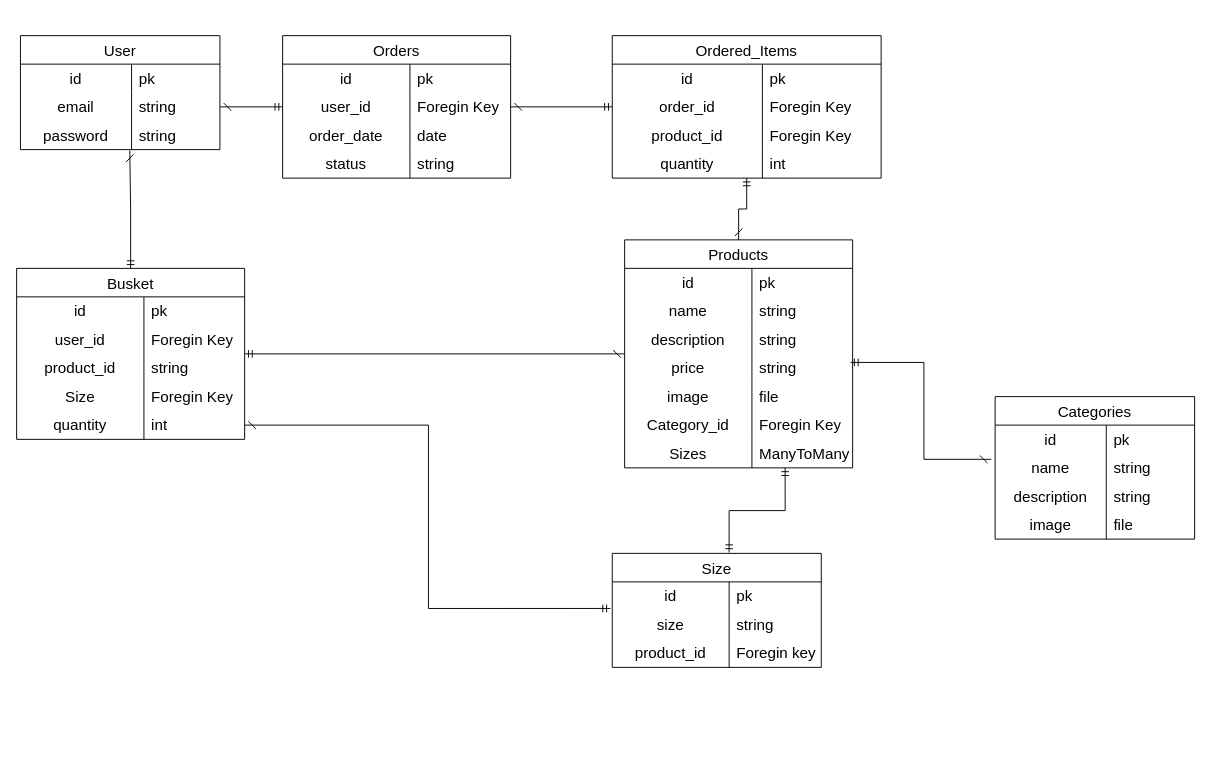
This is diagrams/DB.drawio from stonik02/Site_Greman, a draw.io file, before an edit. Source tidied: cells renumbered, new cells numbered last; positions are measured from the earlier drawing's top-left corner, leaving out a move shared by most shapes. Both pictures are drawn from the tidied source at 95%, with x=0, y=0 at pixel (16, 35).
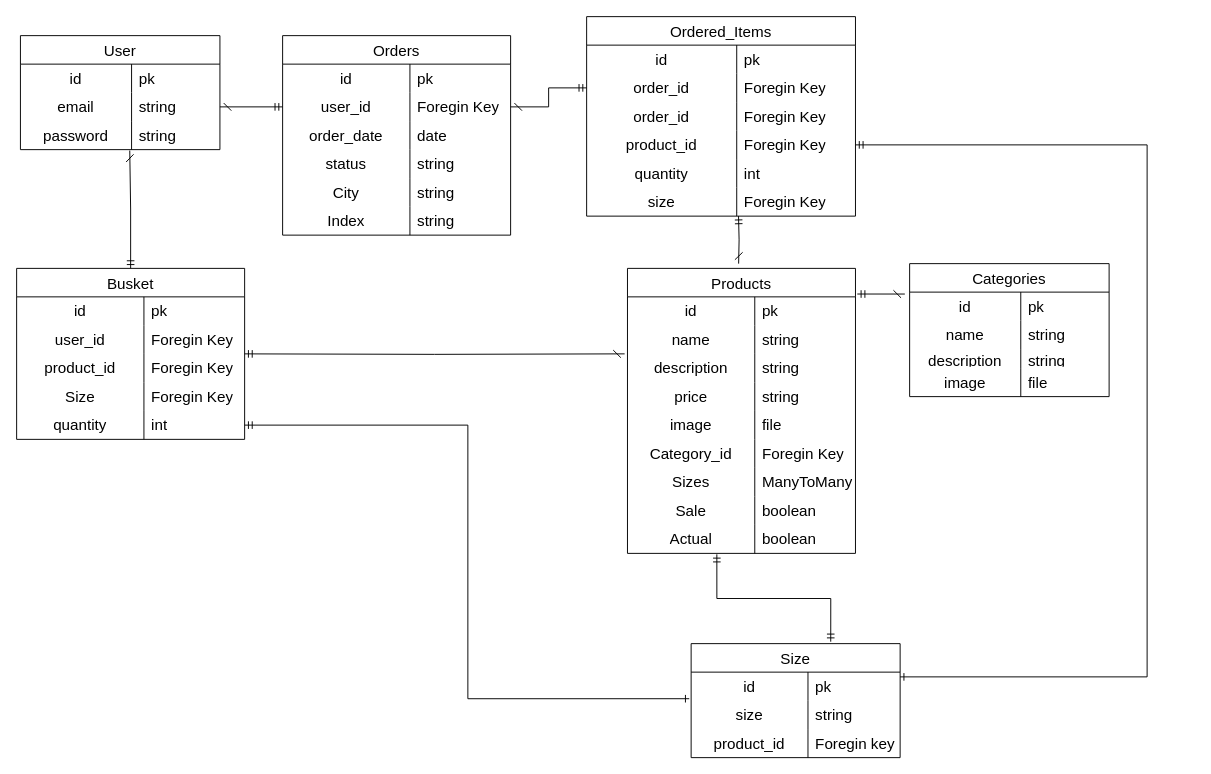
The same diagram, later.

Unchanged cells that the change refers to:
```xml
<mxCell id="15" style="shape=tableRow;horizontal=0;startSize=0;swimlaneHead=0;swimlaneBody=0;top=0;left=0;bottom=0;right=0;fillColor=none;points=[[0,0.5],[1,0.5]];portConstraint=eastwest;strokeColor=inherit;fontSize=16;" parent="14" vertex="1">
  <mxGeometry y="30" width="240" height="30" as="geometry" />
</mxCell>
<mxCell id="24" style="shape=tableRow;horizontal=0;startSize=0;swimlaneHead=0;swimlaneBody=0;top=0;left=0;bottom=0;right=0;fillColor=none;points=[[0,0.5],[1,0.5]];portConstraint=eastwest;strokeColor=inherit;fontSize=16;" parent="14" vertex="1">
  <mxGeometry y="120" width="240" height="30" as="geometry" />
</mxCell>
<mxCell id="33" style="shape=tableRow;horizontal=0;startSize=0;swimlaneHead=0;swimlaneBody=0;top=0;left=0;bottom=0;right=0;fillColor=none;points=[[0,0.5],[1,0.5]];portConstraint=eastwest;strokeColor=inherit;fontSize=16;" parent="14" vertex="1">
  <mxGeometry y="210" width="240" height="30" as="geometry" />
</mxCell>
<mxCell id="37" style="shape=tableRow;horizontal=0;startSize=0;swimlaneHead=0;swimlaneBody=0;top=0;left=0;bottom=0;right=0;fillColor=none;points=[[0,0.5],[1,0.5]];portConstraint=eastwest;strokeColor=inherit;fontSize=16;" parent="36" vertex="1">
  <mxGeometry y="30" width="220" height="30" as="geometry" />
</mxCell>
<mxCell id="40" style="shape=tableRow;horizontal=0;startSize=0;swimlaneHead=0;swimlaneBody=0;top=0;left=0;bottom=0;right=0;fillColor=none;points=[[0,0.5],[1,0.5]];portConstraint=eastwest;strokeColor=inherit;fontSize=16;" parent="36" vertex="1">
  <mxGeometry y="60" width="220" height="30" as="geometry" />
</mxCell>
<mxCell id="47" style="shape=tableRow;horizontal=0;startSize=0;swimlaneHead=0;swimlaneBody=0;top=0;left=0;bottom=0;right=0;fillColor=none;points=[[0,0.5],[1,0.5]];portConstraint=eastwest;strokeColor=inherit;fontSize=16;" parent="46" vertex="1">
  <mxGeometry y="30" width="210" height="30" as="geometry" />
</mxCell>
<mxCell id="50" style="shape=tableRow;horizontal=0;startSize=0;swimlaneHead=0;swimlaneBody=0;top=0;left=0;bottom=0;right=0;fillColor=none;points=[[0,0.5],[1,0.5]];portConstraint=eastwest;strokeColor=inherit;fontSize=16;" parent="46" vertex="1">
  <mxGeometry y="60" width="210" height="30" as="geometry" />
</mxCell>
<mxCell id="60" value="Busket" style="shape=table;startSize=30;childLayout=tableLayout;rowLines=0;fontStyle=0;strokeColor=default;fontSize=16;" parent="1" vertex="1">
  <mxGeometry y="245" width="240" height="180" as="geometry" />
</mxCell>
<mxCell id="67" style="shape=tableRow;horizontal=0;startSize=0;swimlaneHead=0;swimlaneBody=0;top=0;left=0;bottom=0;right=0;fillColor=none;strokeColor=inherit;fontSize=16;" parent="60" vertex="1">
  <mxGeometry y="90" width="240" height="30" as="geometry" />
</mxCell>
<mxCell id="73" style="shape=tableRow;horizontal=0;startSize=0;swimlaneHead=0;swimlaneBody=0;top=0;left=0;bottom=0;right=0;fillColor=none;points=[[0,0.5],[1,0.5]];portConstraint=eastwest;strokeColor=inherit;fontSize=16;" parent="60" vertex="1">
  <mxGeometry y="150" width="240" height="30" as="geometry" />
</mxCell>
```

The edit, as a diff of the source:
```diff
@@
-    <mxCell id="12" style="edgeStyle=orthogonalEdgeStyle;rounded=0;jettySize=auto;html=1;exitX=0.5;exitY=0;exitDx=0;exitDy=0;entryX=0.5;entryY=1;entryDx=0;entryDy=0;endArrow=ERmandOne;endFill=0;startArrow=dash;startFill=0;" parent="1" edge="1" source="14" target="76">
-      <mxGeometry relative="1" as="geometry" />
+    <mxCell id="12" style="edgeStyle=orthogonalEdgeStyle;rounded=0;jettySize=auto;html=1;entryX=0.565;entryY=1;entryDx=0;entryDy=0;endArrow=ERmandOne;endFill=0;startArrow=dash;startFill=0;entryPerimeter=0;" parent="1" edge="1" target="117">
+      <mxGeometry relative="1" as="geometry">
+        <mxPoint x="760" y="240" as="sourcePoint" />
+      </mxGeometry>
     </mxCell>
-    <mxCell id="13" style="edgeStyle=orthogonalEdgeStyle;rounded=0;jettySize=auto;html=1;exitX=0;exitY=0.5;exitDx=0;exitDy=0;entryX=1;entryY=0.5;entryDx=0;entryDy=0;endArrow=ERmandOne;endFill=0;startArrow=dash;startFill=0;" parent="1" edge="1" source="14" target="60">
-      <mxGeometry relative="1" as="geometry" />
+    <mxCell id="13" style="edgeStyle=orthogonalEdgeStyle;rounded=0;jettySize=auto;html=1;entryX=1;entryY=0.5;entryDx=0;entryDy=0;endArrow=ERmandOne;endFill=0;startArrow=dash;startFill=0;" parent="1" edge="1" target="60">
+      <mxGeometry relative="1" as="geometry">
+        <mxPoint x="640" y="335" as="sourcePoint" />
+      </mxGeometry>
     </mxCell>
     <mxCell id="14" value="Products" style="shape=table;startSize=30;childLayout=tableLayout;rowLines=0;fontStyle=0;strokeColor=default;fontSize=16;" parent="1" vertex="1">
-      <mxGeometry x="640" y="215" width="240" height="240" as="geometry" />
+      <mxGeometry x="643" y="245" width="240" height="300" as="geometry" />
     </mxCell>
@@
+    <mxCell id="108" style="shape=tableRow;horizontal=0;startSize=0;swimlaneHead=0;swimlaneBody=0;top=0;left=0;bottom=0;right=0;fillColor=none;strokeColor=inherit;fontSize=16;" parent="14" vertex="1">
+      <mxGeometry y="240" width="240" height="30" as="geometry" />
+    </mxCell>
+    <mxCell id="109" value="Sale" style="shape=partialRectangle;html=1;whiteSpace=wrap;fillColor=none;top=0;left=0;bottom=0;right=0;overflow=hidden;strokeColor=inherit;fontSize=16;" parent="108" vertex="1">
+      <mxGeometry width="134" height="30" as="geometry" />
+    </mxCell>
+    <mxCell id="110" value="boolean" style="shape=partialRectangle;html=1;whiteSpace=wrap;fillColor=none;top=0;left=0;bottom=0;right=0;align=left;spacingLeft=6;overflow=hidden;strokeColor=inherit;fontSize=16;" parent="108" vertex="1">
+      <mxGeometry x="134" width="106" height="30" as="geometry" />
+    </mxCell>
+    <mxCell id="111" style="shape=tableRow;horizontal=0;startSize=0;swimlaneHead=0;swimlaneBody=0;top=0;left=0;bottom=0;right=0;fillColor=none;points=[[0,0.5],[1,0.5]];portConstraint=eastwest;strokeColor=inherit;fontSize=16;" parent="14" vertex="1">
+      <mxGeometry y="270" width="240" height="30" as="geometry" />
+    </mxCell>
+    <mxCell id="112" value="Actual" style="shape=partialRectangle;html=1;whiteSpace=wrap;fillColor=none;top=0;left=0;bottom=0;right=0;overflow=hidden;strokeColor=inherit;fontSize=16;" parent="111" vertex="1">
+      <mxGeometry width="134" height="30" as="geometry" />
+    </mxCell>
+    <mxCell id="113" value="boolean" style="shape=partialRectangle;html=1;whiteSpace=wrap;fillColor=none;top=0;left=0;bottom=0;right=0;align=left;spacingLeft=6;overflow=hidden;strokeColor=inherit;fontSize=16;" parent="111" vertex="1">
+      <mxGeometry x="134" width="106" height="30" as="geometry" />
+    </mxCell>
     <mxCell id="36" value="Size" style="shape=table;startSize=30;childLayout=tableLayout;rowLines=0;fontStyle=0;strokeColor=default;fontSize=16;" parent="1" vertex="1">
-      <mxGeometry x="627" y="545" width="220" height="120" as="geometry" />
+      <mxGeometry x="710" y="640" width="220" height="120" as="geometry" />
     </mxCell>
@@
     <mxCell id="46" value="Categories" style="shape=table;startSize=30;childLayout=tableLayout;rowLines=0;fontStyle=0;strokeColor=default;fontSize=16;" parent="1" vertex="1">
-      <mxGeometry x="1030" y="380" width="210" height="150" as="geometry" />
+      <mxGeometry x="940" y="240" width="210" height="140" as="geometry" />
     </mxCell>
@@
     <mxCell id="53" style="shape=tableRow;horizontal=0;startSize=0;swimlaneHead=0;swimlaneBody=0;top=0;left=0;bottom=0;right=0;fillColor=none;strokeColor=inherit;fontSize=16;" parent="46" vertex="1">
-      <mxGeometry y="90" width="210" height="30" as="geometry" />
+      <mxGeometry y="90" width="210" height="20" as="geometry" />
     </mxCell>
     <mxCell id="54" value="description" style="shape=partialRectangle;html=1;whiteSpace=wrap;fillColor=none;top=0;left=0;bottom=0;right=0;overflow=hidden;strokeColor=inherit;fontSize=16;" parent="53" vertex="1">
-      <mxGeometry width="117" height="30" as="geometry" />
+      <mxGeometry width="117" height="20" as="geometry" />
     </mxCell>
     <mxCell id="55" value="string" style="shape=partialRectangle;html=1;whiteSpace=wrap;fillColor=none;top=0;left=0;bottom=0;right=0;align=left;spacingLeft=6;overflow=hidden;strokeColor=inherit;fontSize=16;" parent="53" vertex="1">
-      <mxGeometry x="117" width="93" height="30" as="geometry" />
+      <mxGeometry x="117" width="93" height="20" as="geometry" />
     </mxCell>
     <mxCell id="56" style="shape=tableRow;horizontal=0;startSize=0;swimlaneHead=0;swimlaneBody=0;top=0;left=0;bottom=0;right=0;fillColor=none;strokeColor=inherit;fontSize=16;" parent="46" vertex="1">
-      <mxGeometry y="120" width="210" height="30" as="geometry" />
+      <mxGeometry y="110" width="210" height="30" as="geometry" />
     </mxCell>
@@
-    <mxCell id="69" value="string" style="shape=partialRectangle;html=1;whiteSpace=wrap;fillColor=none;top=0;left=0;bottom=0;right=0;align=left;spacingLeft=6;overflow=hidden;strokeColor=inherit;fontSize=16;" parent="67" vertex="1">
+    <mxCell id="69" value="Foregin Key" style="shape=partialRectangle;html=1;whiteSpace=wrap;fillColor=none;top=0;left=0;bottom=0;right=0;align=left;spacingLeft=6;overflow=hidden;strokeColor=inherit;fontSize=16;" parent="67" vertex="1">
       <mxGeometry x="134" width="106" height="30" as="geometry" />
     </mxCell>
@@
     <mxCell id="76" value="Ordered_Items" style="shape=table;startSize=30;childLayout=tableLayout;rowLines=0;fontStyle=0;strokeColor=default;fontSize=16;" parent="1" vertex="1">
-      <mxGeometry x="627" width="283" height="150" as="geometry" />
+      <mxGeometry x="600" y="-20" width="283" height="210" as="geometry" />
     </mxCell>
@@
+    <mxCell id="114" style="shape=tableRow;horizontal=0;startSize=0;swimlaneHead=0;swimlaneBody=0;top=0;left=0;bottom=0;right=0;fillColor=none;strokeColor=inherit;fontSize=16;" parent="76" vertex="1">
+      <mxGeometry y="90" width="283" height="30" as="geometry" />
+    </mxCell>
+    <mxCell id="115" value="order_id" style="shape=partialRectangle;html=1;whiteSpace=wrap;fillColor=none;top=0;left=0;bottom=0;right=0;overflow=hidden;strokeColor=inherit;fontSize=16;" parent="114" vertex="1">
+      <mxGeometry width="158" height="30" as="geometry" />
+    </mxCell>
+    <mxCell id="116" value="Foregin Key" style="shape=partialRectangle;html=1;whiteSpace=wrap;fillColor=none;top=0;left=0;bottom=0;right=0;align=left;spacingLeft=6;overflow=hidden;strokeColor=inherit;fontSize=16;" parent="114" vertex="1">
+      <mxGeometry x="158" width="125" height="30" as="geometry" />
+    </mxCell>
     <mxCell id="83" style="shape=tableRow;horizontal=0;startSize=0;swimlaneHead=0;swimlaneBody=0;top=0;left=0;bottom=0;right=0;fillColor=none;points=[[0,0.5],[1,0.5]];portConstraint=eastwest;strokeColor=inherit;fontSize=16;" parent="76" vertex="1">
-      <mxGeometry y="90" width="283" height="30" as="geometry" />
+      <mxGeometry y="120" width="283" height="30" as="geometry" />
     </mxCell>
@@
     <mxCell id="86" style="shape=tableRow;horizontal=0;startSize=0;swimlaneHead=0;swimlaneBody=0;top=0;left=0;bottom=0;right=0;fillColor=none;strokeColor=inherit;fontSize=16;" parent="76" vertex="1">
-      <mxGeometry y="120" width="283" height="30" as="geometry" />
+      <mxGeometry y="150" width="283" height="30" as="geometry" />
     </mxCell>
@@
+    <mxCell id="117" style="shape=tableRow;horizontal=0;startSize=0;swimlaneHead=0;swimlaneBody=0;top=0;left=0;bottom=0;right=0;fillColor=none;points=[[0,0.5],[1,0.5]];portConstraint=eastwest;strokeColor=inherit;fontSize=16;" parent="76" vertex="1">
+      <mxGeometry y="180" width="283" height="30" as="geometry" />
+    </mxCell>
+    <mxCell id="118" value="size" style="shape=partialRectangle;html=1;whiteSpace=wrap;fillColor=none;top=0;left=0;bottom=0;right=0;overflow=hidden;strokeColor=inherit;fontSize=16;" parent="117" vertex="1">
+      <mxGeometry width="158" height="30" as="geometry" />
+    </mxCell>
+    <mxCell id="119" value="Foregin Key" style="shape=partialRectangle;html=1;whiteSpace=wrap;fillColor=none;top=0;left=0;bottom=0;right=0;align=left;spacingLeft=6;overflow=hidden;strokeColor=inherit;fontSize=16;" parent="117" vertex="1">
+      <mxGeometry x="158" width="125" height="30" as="geometry" />
+    </mxCell>
     <mxCell id="89" value="Orders" style="shape=table;startSize=30;childLayout=tableLayout;rowLines=0;fontStyle=0;strokeColor=default;fontSize=16;" parent="1" vertex="1">
-      <mxGeometry x="280" width="240" height="150" as="geometry" />
+      <mxGeometry x="280" width="240" height="210" as="geometry" />
     </mxCell>
@@
+    <mxCell id="120" style="shape=tableRow;horizontal=0;startSize=0;swimlaneHead=0;swimlaneBody=0;top=0;left=0;bottom=0;right=0;fillColor=none;strokeColor=inherit;fontSize=16;" parent="89" vertex="1">
+      <mxGeometry y="150" width="240" height="30" as="geometry" />
+    </mxCell>
+    <mxCell id="121" value="City" style="shape=partialRectangle;html=1;whiteSpace=wrap;fillColor=none;top=0;left=0;bottom=0;right=0;overflow=hidden;strokeColor=inherit;fontSize=16;" parent="120" vertex="1">
+      <mxGeometry width="134" height="30" as="geometry" />
+    </mxCell>
+    <mxCell id="122" value="string" style="shape=partialRectangle;html=1;whiteSpace=wrap;fillColor=none;top=0;left=0;bottom=0;right=0;align=left;spacingLeft=6;overflow=hidden;strokeColor=inherit;fontSize=16;" parent="120" vertex="1">
+      <mxGeometry x="134" width="106" height="30" as="geometry" />
+    </mxCell>
+    <mxCell id="123" style="shape=tableRow;horizontal=0;startSize=0;swimlaneHead=0;swimlaneBody=0;top=0;left=0;bottom=0;right=0;fillColor=none;strokeColor=inherit;fontSize=16;" parent="89" vertex="1">
+      <mxGeometry y="180" width="240" height="30" as="geometry" />
+    </mxCell>
+    <mxCell id="124" value="Index" style="shape=partialRectangle;html=1;whiteSpace=wrap;fillColor=none;top=0;left=0;bottom=0;right=0;overflow=hidden;strokeColor=inherit;fontSize=16;" parent="123" vertex="1">
+      <mxGeometry width="134" height="30" as="geometry" />
+    </mxCell>
+    <mxCell id="125" value="string" style="shape=partialRectangle;html=1;whiteSpace=wrap;fillColor=none;top=0;left=0;bottom=0;right=0;align=left;spacingLeft=6;overflow=hidden;strokeColor=inherit;fontSize=16;" parent="123" vertex="1">
+      <mxGeometry x="134" width="106" height="30" as="geometry" />
+    </mxCell>
@@
-    <mxCell id="105" style="edgeStyle=orthogonalEdgeStyle;rounded=0;jettySize=auto;html=1;entryX=0.704;entryY=1;entryDx=0;entryDy=0;endArrow=ERmandOne;endFill=0;startArrow=ERmandOne;startFill=0;entryPerimeter=0;exitX=0.559;exitY=-0.008;exitDx=0;exitDy=0;exitPerimeter=0;" parent="1" edge="1" source="36" target="33">
+    <mxCell id="105" style="edgeStyle=orthogonalEdgeStyle;rounded=0;jettySize=auto;html=1;entryX=0.392;entryY=1.033;entryDx=0;entryDy=0;endArrow=ERmandOne;endFill=0;startArrow=ERmandOne;startFill=0;exitX=0.668;exitY=-0.017;exitDx=0;exitDy=0;exitPerimeter=0;entryPerimeter=0;" parent="1" edge="1" source="36" target="111">
       <mxGeometry relative="1" as="geometry" />
     </mxCell>
-    <mxCell id="106" style="edgeStyle=orthogonalEdgeStyle;rounded=0;jettySize=auto;html=1;exitX=-0.019;exitY=0.2;exitDx=0;exitDy=0;entryX=0.991;entryY=0.3;entryDx=0;entryDy=0;endArrow=ERmandOne;endFill=0;startArrow=dash;startFill=0;exitPerimeter=0;entryPerimeter=0;" parent="1" edge="1" source="50" target="24">
+    <mxCell id="106" style="edgeStyle=orthogonalEdgeStyle;rounded=0;jettySize=auto;html=1;exitX=-0.024;exitY=0.067;exitDx=0;exitDy=0;entryX=1.008;entryY=-0.1;entryDx=0;entryDy=0;endArrow=ERmandOne;endFill=0;startArrow=dash;startFill=0;exitPerimeter=0;entryPerimeter=0;" parent="1" edge="1" source="47" target="15">
       <mxGeometry relative="1" as="geometry" />
     </mxCell>
-    <mxCell id="107" style="edgeStyle=orthogonalEdgeStyle;rounded=0;jettySize=auto;html=1;exitX=1;exitY=0.5;exitDx=0;exitDy=0;endArrow=ERmandOne;endFill=0;startArrow=dash;startFill=0;entryX=-0.009;entryY=-0.067;entryDx=0;entryDy=0;entryPerimeter=0;" parent="1" edge="1" source="73" target="40">
+    <mxCell id="107" style="edgeStyle=orthogonalEdgeStyle;rounded=0;jettySize=auto;html=1;exitX=1;exitY=0.5;exitDx=0;exitDy=0;endArrow=ERone;endFill=0;startArrow=ERmandOne;startFill=0;entryX=-0.009;entryY=-0.067;entryDx=0;entryDy=0;entryPerimeter=0;" parent="1" edge="1" source="73" target="40">
       <mxGeometry relative="1" as="geometry" />
     </mxCell>
+    <mxCell id="126" style="edgeStyle=orthogonalEdgeStyle;rounded=0;jettySize=auto;html=1;exitX=1;exitY=0.5;exitDx=0;exitDy=0;endArrow=ERone;endFill=0;startArrow=ERmandOne;startFill=0;entryX=1;entryY=0.167;entryDx=0;entryDy=0;entryPerimeter=0;" parent="1" edge="1" source="83" target="37">
+      <mxGeometry relative="1" as="geometry">
+        <Array as="points">
+          <mxPoint x="1190" y="115" />
+          <mxPoint x="1190" y="675" />
+        </Array>
+      </mxGeometry>
+    </mxCell>
```
